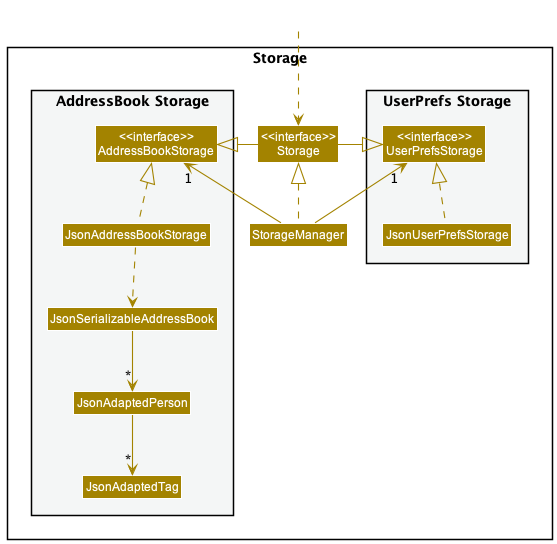
Earlier version of the PlantUML export docs/images/StorageClassDiagram.png (nus-cs2103-AY2223S2/tp).
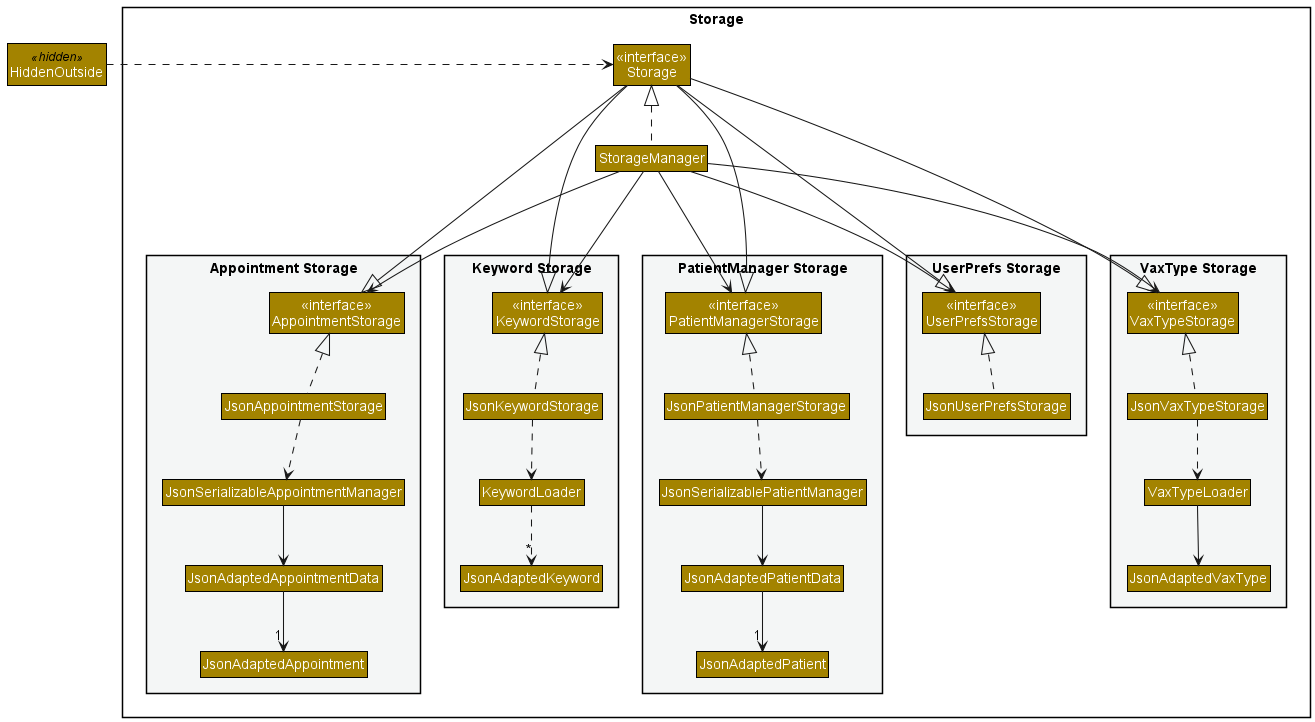
The same diagram one commit later.

What changed in the source:
```diff
@@ -1,43 +1,85 @@
 @startuml
 !include style.puml
-skinparam arrowThickness 1.1
-skinparam arrowColor STORAGE_COLOR
+skinparam arrowThickness 1.05
 skinparam classBackgroundColor STORAGE_COLOR
+skinparam RoundCorner 0
 
 package Storage{
+    Class StorageManager
+    Class "<<interface>>\nStorage" as StorageInterface
 
-package "UserPrefs Storage" #F4F6F6{
-Class "<<interface>>\nUserPrefsStorage" as UserPrefsStorage
-Class JsonUserPrefsStorage
-}
+    package "Appointment Storage" #F4F6F6{
+        Class "<<interface>>\nAppointmentStorage" as AppointmentStorage
+        Class JsonAppointmentStorage
+        Class JsonSerializableAppointmentManager
+        Class JsonAdaptedAppointmentData
+        Class JsonAdaptedAppointment
+    }
 
-Class "<<interface>>\nStorage" as Storage
-Class StorageManager
+    package "Keyword Storage" #F4F6F6{
+        Class "<<interface>>\nKeywordStorage" as KeywordStorage
+        Class JsonKeywordStorage
+        Class KeywordLoader
+        Class JsonAdaptedKeyword
+    }
+    package "PatientManager Storage" #F4F6F6{
+        Class "<<interface>>\nPatientManagerStorage" as PatientManagerStorage
+        Class JsonPatientManagerStorage
+        Class JsonSerializablePatientManager
+        Class JsonAdaptedPatientData
+        Class JsonAdaptedPatient
+    }
 
-package "AddressBook Storage" #F4F6F6{
-Class "<<interface>>\nAddressBookStorage" as AddressBookStorage
-Class JsonAddressBookStorage
-Class JsonSerializableAddressBook
-Class JsonAdaptedPerson
-Class JsonAdaptedTag
-}
+    package "UserPrefs Storage" #F4F6F6{
+        Class "<<interface>>\nUserPrefsStorage" as UserPrefsStorage
+        Class JsonUserPrefsStorage
+    }
+
+    package "VaxType Storage" #F4F6F6{
+        Class "<<interface>>\nVaxTypeStorage" as VaxTypeStorage
+        Class JsonVaxTypeStorage
+        Class VaxTypeLoader
+        Class JsonAdaptedVaxType
+    }
 
 }
 
-Class HiddenOutside #FFFFFF
-HiddenOutside ..> Storage
+Class HiddenOutside <<hidden>>
 
-StorageManager .up.|> Storage
-StorageManager -up-> "1" UserPrefsStorage
-StorageManager -up-> "1" AddressBookStorage
+HiddenOutside .right.> StorageInterface
 
-Storage -left-|> UserPrefsStorage
-Storage -right-|> AddressBookStorage
+StorageInterface -down-|> UserPrefsStorage
+StorageInterface -down-|> PatientManagerStorage
+StorageInterface -down-|> KeywordStorage
+StorageInterface -down-|> AppointmentStorage
+StorageInterface -down-|> VaxTypeStorage
+
+StorageManager .up.|> StorageInterface
+StorageManager ---> UserPrefsStorage
+StorageManager ---> PatientManagerStorage
+StorageManager ---> KeywordStorage
+StorageManager ---> AppointmentStorage
+StorageManager ---> VaxTypeStorage
+
 
 JsonUserPrefsStorage .up.|> UserPrefsStorage
-JsonAddressBookStorage .up.|> AddressBookStorage
-JsonAddressBookStorage ..> JsonSerializableAddressBook
-JsonSerializableAddressBook --> "*" JsonAdaptedPerson
-JsonAdaptedPerson --> "*" JsonAdaptedTag
+JsonPatientManagerStorage .up.|> PatientManagerStorage
+JsonAppointmentStorage .up.|> AppointmentStorage
+JsonKeywordStorage .up.|> KeywordStorage
+JsonVaxTypeStorage .up.|> VaxTypeStorage
+
+JsonPatientManagerStorage .down.> JsonSerializablePatientManager
+JsonSerializablePatientManager -down-> JsonAdaptedPatientData
+JsonAdaptedPatientData -down-> "1" JsonAdaptedPatient
+
+JsonAppointmentStorage .down.> JsonSerializableAppointmentManager
+JsonSerializableAppointmentManager -down-> JsonAdaptedAppointmentData
+JsonAdaptedAppointmentData -down-> "1" JsonAdaptedAppointment
+
+JsonKeywordStorage .down.> KeywordLoader
+KeywordLoader .down.> "*" JsonAdaptedKeyword
+
+JsonVaxTypeStorage .down.> VaxTypeLoader
+VaxTypeLoader --> JsonAdaptedVaxType
 
 @enduml
```
